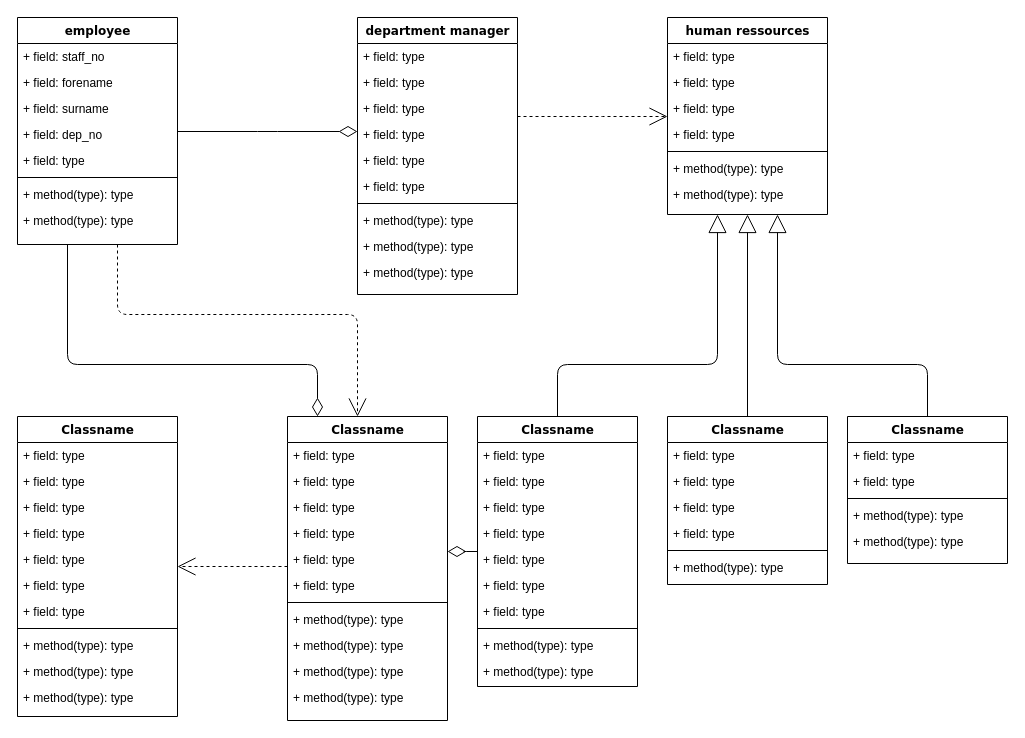
Above: class_diagram.drawio in rebaman/swt_project (draw.io), before the change. Source tidied: cells renumbered, new cells numbered last; positions are measured from the earlier drawing's top-left corner, leaving out a move shared by most shapes. Both pictures are drawn from the tidied source at 100%, with x=0, y=0 at pixel (17, 17).
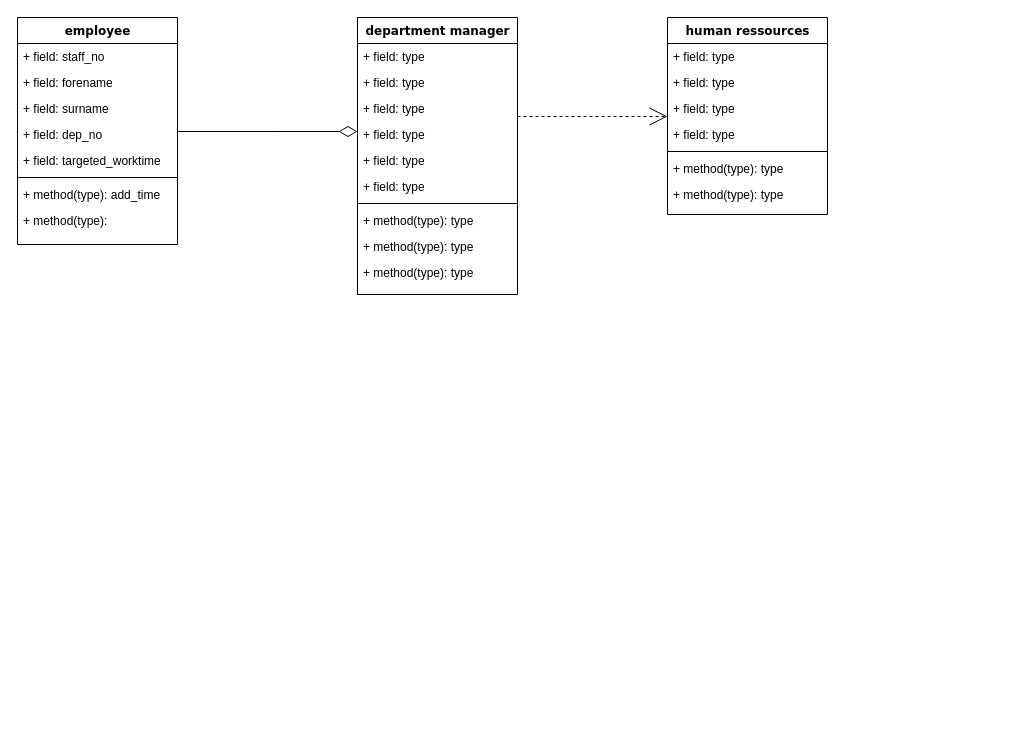
After the change.

Unchanged cells that the change refers to:
```xml
<mxCell id="4" value="employee" style="swimlane;html=1;fontStyle=1;align=center;verticalAlign=top;horizontal=1;startSize=26;swimlaneFillColor=#ffffff;rounded=0;shadow=0;comic=0;labelBackgroundColor=none;strokeWidth=1;fillColor=none;fontFamily=Verdana;fontSize=12;" parent="1" vertex="1">
  <mxGeometry width="160" height="227" as="geometry" />
</mxCell>
<mxCell id="25" value="human ressources" style="swimlane;html=1;fontStyle=1;align=center;verticalAlign=top;horizontal=1;startSize=26;swimlaneFillColor=#ffffff;rounded=0;shadow=0;comic=0;labelBackgroundColor=none;strokeWidth=1;fillColor=none;fontFamily=Verdana;fontSize=12;" parent="1" vertex="1">
  <mxGeometry x="650" width="160" height="197" as="geometry" />
</mxCell>
```

The edit, as a diff of the source:
```diff
@@
-    <mxCell id="2" style="edgeStyle=orthogonalEdgeStyle;html=1;labelBackgroundColor=none;startFill=0;startSize=8;endArrow=open;endFill=0;endSize=16;fontFamily=Verdana;fontSize=12;dashed=1;" parent="1" edge="1" source="4" target="47">
-      <mxGeometry relative="1" as="geometry">
-        <Array as="points">
-          <mxPoint x="100" y="297" />
-          <mxPoint x="340" y="297" />
-        </Array>
-      </mxGeometry>
-    </mxCell>
-    <mxCell id="3" style="edgeStyle=orthogonalEdgeStyle;html=1;labelBackgroundColor=none;startFill=0;startSize=8;endArrow=diamondThin;endFill=0;endSize=16;fontFamily=Verdana;fontSize=12;" parent="1" edge="1" source="4" target="47">
-      <mxGeometry relative="1" as="geometry">
-        <Array as="points">
-          <mxPoint x="50" y="347" />
-          <mxPoint x="300" y="347" />
-        </Array>
-      </mxGeometry>
-    </mxCell>
@@
-    <mxCell id="9" value="+ field: type" style="text;html=1;strokeColor=none;fillColor=none;align=left;verticalAlign=top;spacingLeft=4;spacingRight=4;whiteSpace=wrap;overflow=hidden;" parent="4" vertex="1">
+    <mxCell id="9" value="+ field: targeted_worktime" style="text;html=1;strokeColor=none;fillColor=none;align=left;verticalAlign=top;spacingLeft=4;spacingRight=4;whiteSpace=wrap;overflow=hidden;" parent="4" vertex="1">
       <mxGeometry y="130" width="160" height="26" as="geometry" />
     </mxCell>
@@
-    <mxCell id="11" value="+ method(type): type" style="text;html=1;strokeColor=none;fillColor=none;align=left;verticalAlign=top;spacingLeft=4;spacingRight=4;whiteSpace=wrap;overflow=hidden;" parent="4" vertex="1">
+    <mxCell id="11" value="+ method(type): add_time" style="text;html=1;strokeColor=none;fillColor=none;align=left;verticalAlign=top;spacingLeft=4;spacingRight=4;whiteSpace=wrap;overflow=hidden;" parent="4" vertex="1">
       <mxGeometry y="164" width="160" height="26" as="geometry" />
     </mxCell>
-    <mxCell id="12" value="+ method(type): type" style="text;html=1;strokeColor=none;fillColor=none;align=left;verticalAlign=top;spacingLeft=4;spacingRight=4;whiteSpace=wrap;overflow=hidden;" parent="4" vertex="1">
+    <mxCell id="12" value="+ method(type):&amp;nbsp;" style="text;html=1;strokeColor=none;fillColor=none;align=left;verticalAlign=top;spacingLeft=4;spacingRight=4;whiteSpace=wrap;overflow=hidden;" parent="4" vertex="1">
       <mxGeometry y="190" width="160" height="26" as="geometry" />
     </mxCell>
@@
-    <mxCell id="33" style="edgeStyle=elbowEdgeStyle;html=1;labelBackgroundColor=none;startFill=0;startSize=8;endArrow=open;endFill=0;endSize=16;fontFamily=Verdana;fontSize=12;elbow=vertical;dashed=1;" parent="1" edge="1" source="47" target="34">
-      <mxGeometry relative="1" as="geometry" />
-    </mxCell>
-    <mxCell id="34" value="Classname" style="swimlane;html=1;fontStyle=1;align=center;verticalAlign=top;horizontal=1;startSize=26;swimlaneFillColor=#ffffff;rounded=0;shadow=0;comic=0;labelBackgroundColor=none;strokeWidth=1;fillColor=none;fontFamily=Verdana;fontSize=12;" parent="1" vertex="1">
-      <mxGeometry y="399" width="160" height="300" as="geometry" />
-    </mxCell>
-    <mxCell id="35" value="+ field: type" style="text;html=1;strokeColor=none;fillColor=none;align=left;verticalAlign=top;spacingLeft=4;spacingRight=4;whiteSpace=wrap;overflow=hidden;" parent="34" vertex="1">
-      <mxGeometry y="26" width="160" height="26" as="geometry" />
-    </mxCell>
-    <mxCell id="36" value="+ field: type" style="text;html=1;strokeColor=none;fillColor=none;align=left;verticalAlign=top;spacingLeft=4;spacingRight=4;whiteSpace=wrap;overflow=hidden;" parent="34" vertex="1">
-      <mxGeometry y="52" width="160" height="26" as="geometry" />
-    </mxCell>
-    <mxCell id="37" value="+ field: type" style="text;html=1;strokeColor=none;fillColor=none;align=left;verticalAlign=top;spacingLeft=4;spacingRight=4;whiteSpace=wrap;overflow=hidden;" parent="34" vertex="1">
-      <mxGeometry y="78" width="160" height="26" as="geometry" />
-    </mxCell>
-    <mxCell id="38" value="+ field: type" style="text;html=1;strokeColor=none;fillColor=none;align=left;verticalAlign=top;spacingLeft=4;spacingRight=4;whiteSpace=wrap;overflow=hidden;" parent="34" vertex="1">
-      <mxGeometry y="104" width="160" height="26" as="geometry" />
-    </mxCell>
-    <mxCell id="39" value="+ field: type" style="text;html=1;strokeColor=none;fillColor=none;align=left;verticalAlign=top;spacingLeft=4;spacingRight=4;whiteSpace=wrap;overflow=hidden;" parent="34" vertex="1">
-      <mxGeometry y="130" width="160" height="26" as="geometry" />
-    </mxCell>
-    <mxCell id="40" value="+ field: type" style="text;html=1;strokeColor=none;fillColor=none;align=left;verticalAlign=top;spacingLeft=4;spacingRight=4;whiteSpace=wrap;overflow=hidden;" parent="34" vertex="1">
-      <mxGeometry y="156" width="160" height="26" as="geometry" />
-    </mxCell>
-    <mxCell id="41" value="+ field: type" style="text;html=1;strokeColor=none;fillColor=none;align=left;verticalAlign=top;spacingLeft=4;spacingRight=4;whiteSpace=wrap;overflow=hidden;" parent="34" vertex="1">
-      <mxGeometry y="182" width="160" height="26" as="geometry" />
-    </mxCell>
-    <mxCell id="42" style="line;html=1;strokeWidth=1;fillColor=none;align=left;verticalAlign=middle;spacingTop=-1;spacingLeft=3;spacingRight=3;labelPosition=right;" parent="34" vertex="1">
-      <mxGeometry y="208" width="160" height="8" as="geometry" />
-    </mxCell>
-    <mxCell id="43" value="+ method(type): type" style="text;html=1;strokeColor=none;fillColor=none;align=left;verticalAlign=top;spacingLeft=4;spacingRight=4;whiteSpace=wrap;overflow=hidden;" parent="34" vertex="1">
-      <mxGeometry y="216" width="160" height="26" as="geometry" />
-    </mxCell>
-    <mxCell id="44" value="+ method(type): type" style="text;html=1;strokeColor=none;fillColor=none;align=left;verticalAlign=top;spacingLeft=4;spacingRight=4;whiteSpace=wrap;overflow=hidden;" parent="34" vertex="1">
-      <mxGeometry y="242" width="160" height="26" as="geometry" />
-    </mxCell>
-    <mxCell id="45" value="+ method(type): type" style="text;html=1;strokeColor=none;fillColor=none;align=left;verticalAlign=top;spacingLeft=4;spacingRight=4;whiteSpace=wrap;overflow=hidden;" parent="34" vertex="1">
-      <mxGeometry y="268" width="160" height="26" as="geometry" />
-    </mxCell>
-    <mxCell id="46" style="edgeStyle=elbowEdgeStyle;html=1;labelBackgroundColor=none;startFill=0;startSize=8;endArrow=diamondThin;endFill=0;endSize=16;fontFamily=Verdana;fontSize=12;elbow=vertical;" parent="1" edge="1" source="60" target="47">
-      <mxGeometry relative="1" as="geometry" />
-    </mxCell>
-    <mxCell id="47" value="Classname" style="swimlane;html=1;fontStyle=1;align=center;verticalAlign=top;horizontal=1;startSize=26;swimlaneFillColor=#ffffff;rounded=0;shadow=0;comic=0;labelBackgroundColor=none;strokeWidth=1;fillColor=none;fontFamily=Verdana;fontSize=12;" parent="1" vertex="1">
-      <mxGeometry x="270" y="399" width="160" height="304" as="geometry" />
-    </mxCell>
-    <mxCell id="48" value="+ field: type" style="text;html=1;strokeColor=none;fillColor=none;align=left;verticalAlign=top;spacingLeft=4;spacingRight=4;whiteSpace=wrap;overflow=hidden;" parent="47" vertex="1">
-      <mxGeometry y="26" width="160" height="26" as="geometry" />
-    </mxCell>
-    <mxCell id="49" value="+ field: type" style="text;html=1;strokeColor=none;fillColor=none;align=left;verticalAlign=top;spacingLeft=4;spacingRight=4;whiteSpace=wrap;overflow=hidden;" parent="47" vertex="1">
-      <mxGeometry y="52" width="160" height="26" as="geometry" />
-    </mxCell>
-    <mxCell id="50" value="+ field: type" style="text;html=1;strokeColor=none;fillColor=none;align=left;verticalAlign=top;spacingLeft=4;spacingRight=4;whiteSpace=wrap;overflow=hidden;" parent="47" vertex="1">
-      <mxGeometry y="78" width="160" height="26" as="geometry" />
-    </mxCell>
-    <mxCell id="51" value="+ field: type" style="text;html=1;strokeColor=none;fillColor=none;align=left;verticalAlign=top;spacingLeft=4;spacingRight=4;whiteSpace=wrap;overflow=hidden;" parent="47" vertex="1">
-      <mxGeometry y="104" width="160" height="26" as="geometry" />
-    </mxCell>
-    <mxCell id="52" value="+ field: type" style="text;html=1;strokeColor=none;fillColor=none;align=left;verticalAlign=top;spacingLeft=4;spacingRight=4;whiteSpace=wrap;overflow=hidden;" parent="47" vertex="1">
-      <mxGeometry y="130" width="160" height="26" as="geometry" />
-    </mxCell>
-    <mxCell id="53" value="+ field: type" style="text;html=1;strokeColor=none;fillColor=none;align=left;verticalAlign=top;spacingLeft=4;spacingRight=4;whiteSpace=wrap;overflow=hidden;" parent="47" vertex="1">
-      <mxGeometry y="156" width="160" height="26" as="geometry" />
-    </mxCell>
-    <mxCell id="54" style="line;html=1;strokeWidth=1;fillColor=none;align=left;verticalAlign=middle;spacingTop=-1;spacingLeft=3;spacingRight=3;labelPosition=right;" parent="47" vertex="1">
-      <mxGeometry y="182" width="160" height="8" as="geometry" />
-    </mxCell>
-    <mxCell id="55" value="+ method(type): type" style="text;html=1;strokeColor=none;fillColor=none;align=left;verticalAlign=top;spacingLeft=4;spacingRight=4;whiteSpace=wrap;overflow=hidden;" parent="47" vertex="1">
-      <mxGeometry y="190" width="160" height="26" as="geometry" />
-    </mxCell>
-    <mxCell id="56" value="+ method(type): type" style="text;html=1;strokeColor=none;fillColor=none;align=left;verticalAlign=top;spacingLeft=4;spacingRight=4;whiteSpace=wrap;overflow=hidden;" parent="47" vertex="1">
-      <mxGeometry y="216" width="160" height="26" as="geometry" />
-    </mxCell>
-    <mxCell id="57" value="+ method(type): type" style="text;html=1;strokeColor=none;fillColor=none;align=left;verticalAlign=top;spacingLeft=4;spacingRight=4;whiteSpace=wrap;overflow=hidden;" parent="47" vertex="1">
-      <mxGeometry y="242" width="160" height="26" as="geometry" />
-    </mxCell>
-    <mxCell id="58" value="+ method(type): type" style="text;html=1;strokeColor=none;fillColor=none;align=left;verticalAlign=top;spacingLeft=4;spacingRight=4;whiteSpace=wrap;overflow=hidden;" parent="47" vertex="1">
-      <mxGeometry y="268" width="160" height="26" as="geometry" />
-    </mxCell>
-    <mxCell id="59" style="edgeStyle=orthogonalEdgeStyle;html=1;labelBackgroundColor=none;startFill=0;startSize=8;endArrow=block;endFill=0;endSize=16;fontFamily=Verdana;fontSize=12;" parent="1" edge="1" source="60" target="25">
-      <mxGeometry relative="1" as="geometry">
-        <Array as="points">
-          <mxPoint x="540" y="347" />
-          <mxPoint x="700" y="347" />
-        </Array>
-      </mxGeometry>
-    </mxCell>
-    <mxCell id="60" value="Classname" style="swimlane;html=1;fontStyle=1;align=center;verticalAlign=top;horizontal=1;startSize=26;swimlaneFillColor=#ffffff;rounded=0;shadow=0;comic=0;labelBackgroundColor=none;strokeWidth=1;fillColor=none;fontFamily=Verdana;fontSize=12;" parent="1" vertex="1">
-      <mxGeometry x="460" y="399" width="160" height="270" as="geometry" />
-    </mxCell>
-    <mxCell id="61" value="+ field: type" style="text;html=1;strokeColor=none;fillColor=none;align=left;verticalAlign=top;spacingLeft=4;spacingRight=4;whiteSpace=wrap;overflow=hidden;" parent="60" vertex="1">
-      <mxGeometry y="26" width="160" height="26" as="geometry" />
-    </mxCell>
-    <mxCell id="62" value="+ field: type" style="text;html=1;strokeColor=none;fillColor=none;align=left;verticalAlign=top;spacingLeft=4;spacingRight=4;whiteSpace=wrap;overflow=hidden;" parent="60" vertex="1">
-      <mxGeometry y="52" width="160" height="26" as="geometry" />
-    </mxCell>
-    <mxCell id="63" value="+ field: type" style="text;html=1;strokeColor=none;fillColor=none;align=left;verticalAlign=top;spacingLeft=4;spacingRight=4;whiteSpace=wrap;overflow=hidden;" parent="60" vertex="1">
-      <mxGeometry y="78" width="160" height="26" as="geometry" />
-    </mxCell>
-    <mxCell id="64" value="+ field: type" style="text;html=1;strokeColor=none;fillColor=none;align=left;verticalAlign=top;spacingLeft=4;spacingRight=4;whiteSpace=wrap;overflow=hidden;" parent="60" vertex="1">
-      <mxGeometry y="104" width="160" height="26" as="geometry" />
-    </mxCell>
-    <mxCell id="65" value="+ field: type" style="text;html=1;strokeColor=none;fillColor=none;align=left;verticalAlign=top;spacingLeft=4;spacingRight=4;whiteSpace=wrap;overflow=hidden;" parent="60" vertex="1">
-      <mxGeometry y="130" width="160" height="26" as="geometry" />
-    </mxCell>
-    <mxCell id="66" value="+ field: type" style="text;html=1;strokeColor=none;fillColor=none;align=left;verticalAlign=top;spacingLeft=4;spacingRight=4;whiteSpace=wrap;overflow=hidden;" parent="60" vertex="1">
-      <mxGeometry y="156" width="160" height="26" as="geometry" />
-    </mxCell>
-    <mxCell id="67" value="+ field: type" style="text;html=1;strokeColor=none;fillColor=none;align=left;verticalAlign=top;spacingLeft=4;spacingRight=4;whiteSpace=wrap;overflow=hidden;" parent="60" vertex="1">
-      <mxGeometry y="182" width="160" height="26" as="geometry" />
-    </mxCell>
-    <mxCell id="68" style="line;html=1;strokeWidth=1;fillColor=none;align=left;verticalAlign=middle;spacingTop=-1;spacingLeft=3;spacingRight=3;labelPosition=right;" parent="60" vertex="1">
-      <mxGeometry y="208" width="160" height="8" as="geometry" />
-    </mxCell>
-    <mxCell id="69" value="+ method(type): type" style="text;html=1;strokeColor=none;fillColor=none;align=left;verticalAlign=top;spacingLeft=4;spacingRight=4;whiteSpace=wrap;overflow=hidden;" parent="60" vertex="1">
-      <mxGeometry y="216" width="160" height="26" as="geometry" />
-    </mxCell>
-    <mxCell id="70" value="+ method(type): type" style="text;html=1;strokeColor=none;fillColor=none;align=left;verticalAlign=top;spacingLeft=4;spacingRight=4;whiteSpace=wrap;overflow=hidden;" parent="60" vertex="1">
-      <mxGeometry y="242" width="160" height="26" as="geometry" />
-    </mxCell>
-    <mxCell id="71" style="edgeStyle=orthogonalEdgeStyle;html=1;labelBackgroundColor=none;startFill=0;startSize=8;endArrow=block;endFill=0;endSize=16;fontFamily=Verdana;fontSize=12;" parent="1" edge="1" source="72" target="25">
-      <mxGeometry relative="1" as="geometry" />
-    </mxCell>
-    <mxCell id="72" value="Classname" style="swimlane;html=1;fontStyle=1;align=center;verticalAlign=top;horizontal=1;startSize=26;swimlaneFillColor=#ffffff;rounded=0;shadow=0;comic=0;labelBackgroundColor=none;strokeWidth=1;fillColor=none;fontFamily=Verdana;fontSize=12;" parent="1" vertex="1">
-      <mxGeometry x="650" y="399" width="160" height="168" as="geometry" />
-    </mxCell>
-    <mxCell id="73" value="+ field: type" style="text;html=1;strokeColor=none;fillColor=none;align=left;verticalAlign=top;spacingLeft=4;spacingRight=4;whiteSpace=wrap;overflow=hidden;" parent="72" vertex="1">
-      <mxGeometry y="26" width="160" height="26" as="geometry" />
-    </mxCell>
-    <mxCell id="74" value="+ field: type" style="text;html=1;strokeColor=none;fillColor=none;align=left;verticalAlign=top;spacingLeft=4;spacingRight=4;whiteSpace=wrap;overflow=hidden;" parent="72" vertex="1">
-      <mxGeometry y="52" width="160" height="26" as="geometry" />
-    </mxCell>
-    <mxCell id="75" value="+ field: type" style="text;html=1;strokeColor=none;fillColor=none;align=left;verticalAlign=top;spacingLeft=4;spacingRight=4;whiteSpace=wrap;overflow=hidden;" parent="72" vertex="1">
-      <mxGeometry y="78" width="160" height="26" as="geometry" />
-    </mxCell>
-    <mxCell id="76" value="+ field: type" style="text;html=1;strokeColor=none;fillColor=none;align=left;verticalAlign=top;spacingLeft=4;spacingRight=4;whiteSpace=wrap;overflow=hidden;" parent="72" vertex="1">
-      <mxGeometry y="104" width="160" height="26" as="geometry" />
-    </mxCell>
-    <mxCell id="77" style="line;html=1;strokeWidth=1;fillColor=none;align=left;verticalAlign=middle;spacingTop=-1;spacingLeft=3;spacingRight=3;labelPosition=right;" parent="72" vertex="1">
-      <mxGeometry y="130" width="160" height="8" as="geometry" />
-    </mxCell>
-    <mxCell id="78" value="+ method(type): type" style="text;html=1;strokeColor=none;fillColor=none;align=left;verticalAlign=top;spacingLeft=4;spacingRight=4;whiteSpace=wrap;overflow=hidden;" parent="72" vertex="1">
-      <mxGeometry y="138" width="160" height="26" as="geometry" />
-    </mxCell>
-    <mxCell id="79" style="edgeStyle=orthogonalEdgeStyle;html=1;labelBackgroundColor=none;startFill=0;startSize=8;endArrow=block;endFill=0;endSize=16;fontFamily=Verdana;fontSize=12;" parent="1" edge="1" source="80" target="25">
-      <mxGeometry relative="1" as="geometry">
-        <Array as="points">
-          <mxPoint x="910" y="347" />
-          <mxPoint x="760" y="347" />
-        </Array>
-      </mxGeometry>
-    </mxCell>
-    <mxCell id="80" value="Classname" style="swimlane;html=1;fontStyle=1;align=center;verticalAlign=top;horizontal=1;startSize=26;swimlaneFillColor=#ffffff;rounded=0;shadow=0;comic=0;labelBackgroundColor=none;strokeWidth=1;fillColor=none;fontFamily=Verdana;fontSize=12;" parent="1" vertex="1">
-      <mxGeometry x="830" y="399" width="160" height="147" as="geometry" />
-    </mxCell>
-    <mxCell id="81" value="+ field: type" style="text;html=1;strokeColor=none;fillColor=none;align=left;verticalAlign=top;spacingLeft=4;spacingRight=4;whiteSpace=wrap;overflow=hidden;" parent="80" vertex="1">
-      <mxGeometry y="26" width="160" height="26" as="geometry" />
-    </mxCell>
-    <mxCell id="82" value="+ field: type" style="text;html=1;strokeColor=none;fillColor=none;align=left;verticalAlign=top;spacingLeft=4;spacingRight=4;whiteSpace=wrap;overflow=hidden;" parent="80" vertex="1">
-      <mxGeometry y="52" width="160" height="26" as="geometry" />
-    </mxCell>
-    <mxCell id="83" style="line;html=1;strokeWidth=1;fillColor=none;align=left;verticalAlign=middle;spacingTop=-1;spacingLeft=3;spacingRight=3;labelPosition=right;" parent="80" vertex="1">
-      <mxGeometry y="78" width="160" height="8" as="geometry" />
-    </mxCell>
-    <mxCell id="84" value="+ method(type): type" style="text;html=1;strokeColor=none;fillColor=none;align=left;verticalAlign=top;spacingLeft=4;spacingRight=4;whiteSpace=wrap;overflow=hidden;" parent="80" vertex="1">
-      <mxGeometry y="86" width="160" height="26" as="geometry" />
-    </mxCell>
-    <mxCell id="85" value="+ method(type): type" style="text;html=1;strokeColor=none;fillColor=none;align=left;verticalAlign=top;spacingLeft=4;spacingRight=4;whiteSpace=wrap;overflow=hidden;" parent="80" vertex="1">
-      <mxGeometry y="112" width="160" height="26" as="geometry" />
-    </mxCell>
```
